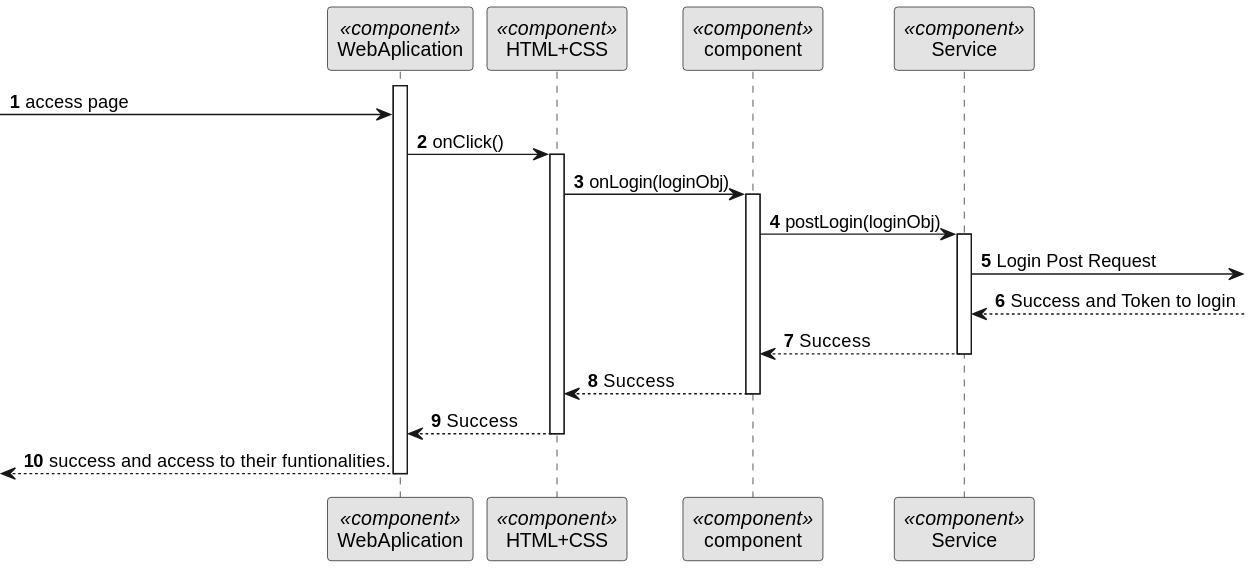
Ana-Miguel-Silva/SurgicalAppointmentAndResourceManagement keeps this PlantUML diagram as docs/BackofficeModule/7.2.10/sequence-diagram-3.svg. Above is the earlier version. Source of this version:
```plantuml
@startuml
skinparam monochrome true
skinparam packageStyle rectangle
skinparam shadowing false

autonumber

participant "WebAplication" as FE <<component>>
participant "HTML+CSS" as HT <<component>>
participant "component" as CM <<component>>
participant "Service" as SERV <<component>>


activate FE
-> FE: access page

FE -> HT : onClick()
activate HT


HT -> CM : onLogin(loginObj)

activate CM

CM -> SERV : postLogin(loginObj)

 activate SERV

  SERV -> : Login Post Request

 SERV <-- : Success and Token to login

SERV --> CM : Success


deactivate SERV

CM --> HT : Success
deactivate CM



HT --> FE : Success
deactivate HT

<--- FE : success and access to their funtionalities.

deactivate FE
@enduml
```
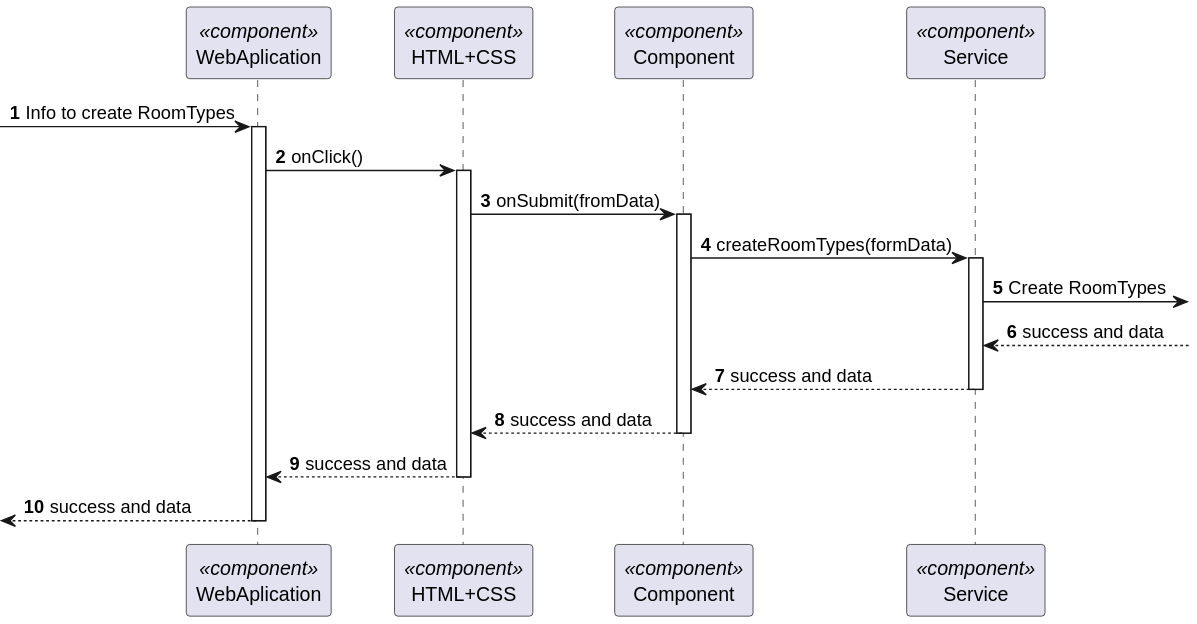
Above is the later version.

Change to the diagram source:
```diff
@@ -1,5 +1,4 @@
 @startuml
-skinparam monochrome true
 skinparam packageStyle rectangle
 skinparam shadowing false
 
@@ -7,43 +6,41 @@
 
 participant "WebAplication" as FE <<component>>
 participant "HTML+CSS" as HT <<component>>
-participant "component" as CM <<component>>
+participant "Component" as CM <<component>>
 participant "Service" as SERV <<component>>
 
 
+
+
+
+-> FE : Info to create RoomTypes
 activate FE
--> FE: access page
 
 FE -> HT : onClick()
 activate HT
 
-
-HT -> CM : onLogin(loginObj)
-
+HT -> CM : onSubmit(fromData)
 activate CM
 
-CM -> SERV : postLogin(loginObj)
+CM -> SERV : createRoomTypes(formData)
+activate SERV
 
- activate SERV
+SERV -> : Create RoomTypes
 
-  SERV -> : Login Post Request
-
- SERV <-- : Success and Token to login
-
-SERV --> CM : Success
+ SERV <--: success and data
 
 
-deactivate SERV
+ SERV--> CM : success and data
 
-CM --> HT : Success
-deactivate CM
+deactivate  SERV
+
+ CM --> HT : success and data
+  deactivate CM
+ HT --> FE : success and data
+
+deactivate HT
 
 
-
-HT --> FE : Success
-deactivate HT
-
-<--- FE : success and access to their funtionalities.
-
+<-- FE   : success and data
 deactivate FE
 @enduml
```
